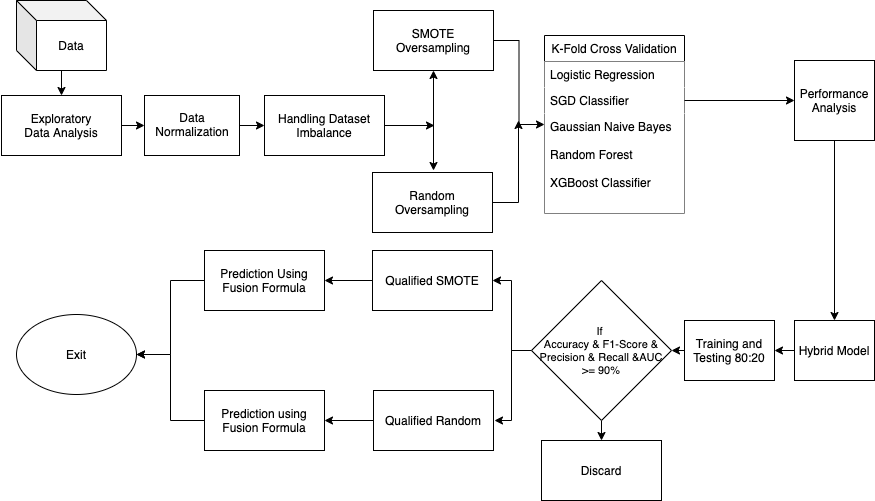
The draw.io diagram FlowChart Diagram.png in yasho191/Credit_Card_Fraud_Detection, before a commit. Source tidied: cells renumbered, new cells last; positions are measured from the earlier drawing's top-left corner, leaving out a move shared by most shapes.
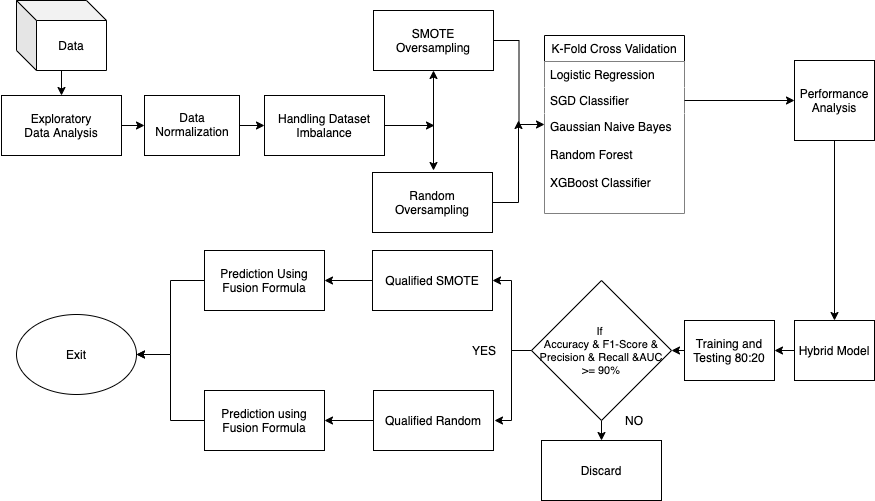
Later version of the same file.

The edit, as a diff of the source:
```diff
@@ -136,5 +136,11 @@
     <mxCell id="42" value="Handling Dataset Imbalance" style="rounded=0;whiteSpace=wrap;html=1;fillColor=#ffffff;" parent="1" vertex="1">
       <mxGeometry x="264" y="95" width="120" height="60" as="geometry" />
     </mxCell>
+    <mxCell id="43" value="NO" style="text;html=1;strokeColor=none;fillColor=none;align=center;verticalAlign=middle;whiteSpace=wrap;rounded=0;" parent="1" vertex="1">
+      <mxGeometry x="614" y="410" width="40" height="20" as="geometry" />
+    </mxCell>
+    <mxCell id="44" value="YES" style="text;html=1;strokeColor=none;fillColor=none;align=center;verticalAlign=middle;whiteSpace=wrap;rounded=0;" parent="1" vertex="1">
+      <mxGeometry x="464" y="340" width="40" height="20" as="geometry" />
+    </mxCell>
   </root>
 </mxGraphModel>
```
